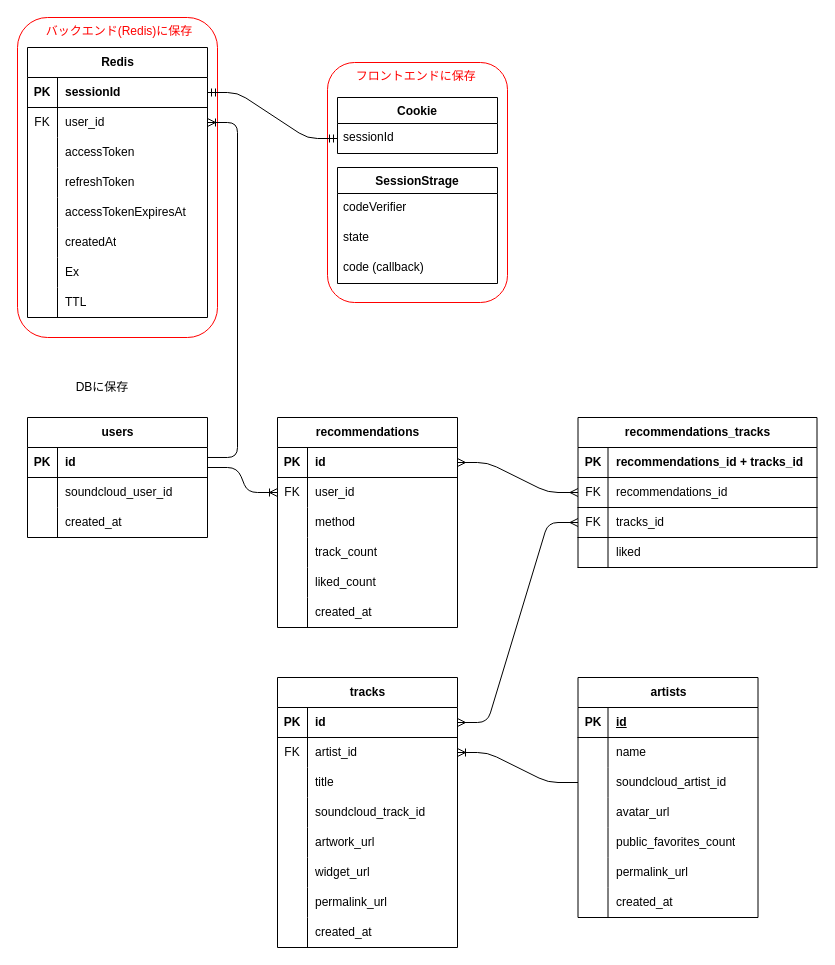
Before: docs/er-diagram.drawio in eito0518/digbeats-v3, a draw.io diagram. Source tidied: cells renumbered, new cells numbered last; positions are measured from the earlier drawing's top-left corner, leaving out a move shared by most shapes. Both pictures are drawn from the tidied source at 100%, with x=0, y=0 at pixel (17, 17).
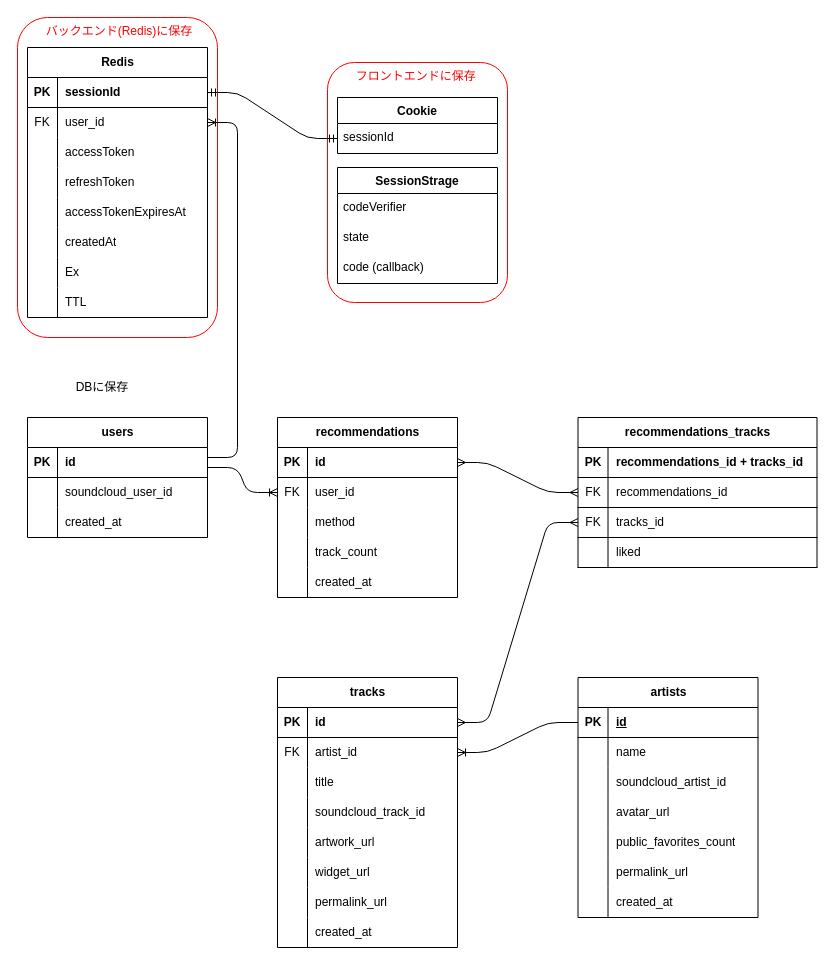
Above is the later version.

The change refers to these unchanged cells:
```xml
<mxCell id="69" style="shape=tableRow;horizontal=0;startSize=0;swimlaneHead=0;swimlaneBody=0;fillColor=none;points=[[0,0.5],[1,0.5]];portConstraint=eastwest;top=0;left=0;right=0;bottom=0;" parent="65" vertex="1">
  <mxGeometry y="60" width="180" height="30" as="geometry" />
</mxCell>
<mxCell id="91" style="shape=tableRow;horizontal=0;startSize=0;swimlaneHead=0;swimlaneBody=0;fillColor=none;points=[[0,0.5],[1,0.5]];portConstraint=eastwest;top=0;left=0;right=0;bottom=1;" parent="90" vertex="1">
  <mxGeometry y="30" width="180" height="30" as="geometry" />
</mxCell>
<mxCell id="97" style="shape=tableRow;horizontal=0;startSize=0;swimlaneHead=0;swimlaneBody=0;fillColor=none;points=[[0,0.5],[1,0.5]];portConstraint=eastwest;top=0;left=0;right=0;bottom=0;" parent="90" vertex="1">
  <mxGeometry y="90" width="180" height="30" as="geometry" />
</mxCell>
```

Diff of the diagram source:
```diff
@@
     <mxCell id="46" value="recommendations" style="shape=table;startSize=30;childLayout=tableLayout;rowLines=0;fontStyle=1;align=center;html=1;" parent="1" vertex="1">
-      <mxGeometry x="260" y="400" width="180" height="210" as="geometry" />
+      <mxGeometry x="260" y="400" width="180" height="180" as="geometry" />
     </mxCell>
@@
-    <mxCell id="59" style="shape=tableRow;horizontal=0;startSize=0;swimlaneHead=0;swimlaneBody=0;fillColor=none;top=0;left=0;right=0;bottom=0;" parent="46" vertex="1">
-      <mxGeometry y="150" width="180" height="30" as="geometry" />
-    </mxCell>
-    <mxCell id="60" style="shape=partialRectangle;fillColor=none;top=0;left=0;bottom=0;right=0;overflow=hidden;whiteSpace=wrap;html=1;" parent="59" vertex="1">
-      <mxGeometry width="30" height="30" as="geometry" />
-    </mxCell>
-    <mxCell id="61" value="liked_count" style="shape=partialRectangle;fillColor=none;top=0;left=0;bottom=0;right=0;align=left;spacingLeft=6;overflow=hidden;whiteSpace=wrap;html=1;" parent="59" vertex="1">
-      <mxGeometry x="30" width="150" height="30" as="geometry" />
-    </mxCell>
     <mxCell id="62" style="shape=tableRow;horizontal=0;startSize=0;swimlaneHead=0;swimlaneBody=0;fillColor=none;top=0;left=0;right=0;bottom=0;" parent="46" vertex="1">
-      <mxGeometry y="180" width="180" height="30" as="geometry" />
+      <mxGeometry y="150" width="180" height="30" as="geometry" />
     </mxCell>
@@
-    <mxCell id="130" style="edgeStyle=entityRelationEdgeStyle;fontSize=12;html=1;endArrow=ERoneToMany;" parent="1" edge="1" source="97" target="69">
+    <mxCell id="130" style="edgeStyle=entityRelationEdgeStyle;fontSize=12;html=1;endArrow=ERoneToMany;exitX=0;exitY=0.5;exitDx=0;exitDy=0;" parent="1" edge="1" source="91" target="69">
       <mxGeometry relative="1" as="geometry">
         <Array as="points">
           <mxPoint x="490" y="810" />
         </Array>
       </mxGeometry>
     </mxCell>
```
